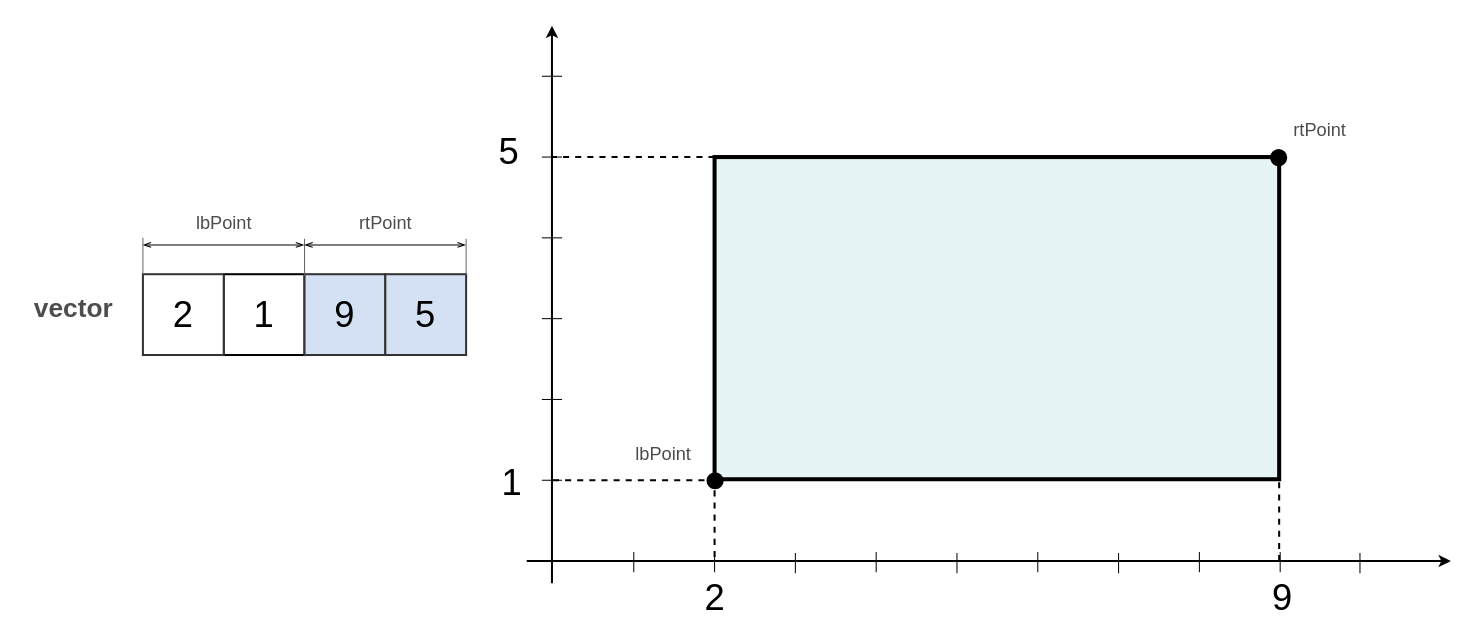
Earlier version of the draw.io diagram page "Box" (1 of 17) of doc/img/MathModels.drawio (Wandalen/wMathModels). Source tidied: cells renumbered, new cells numbered last; positions are measured from the earlier drawing's top-left corner, leaving out a move shared by most shapes. Both pictures are drawn from the tidied source at 101%, with x=0, y=0 at pixel (17, 25).
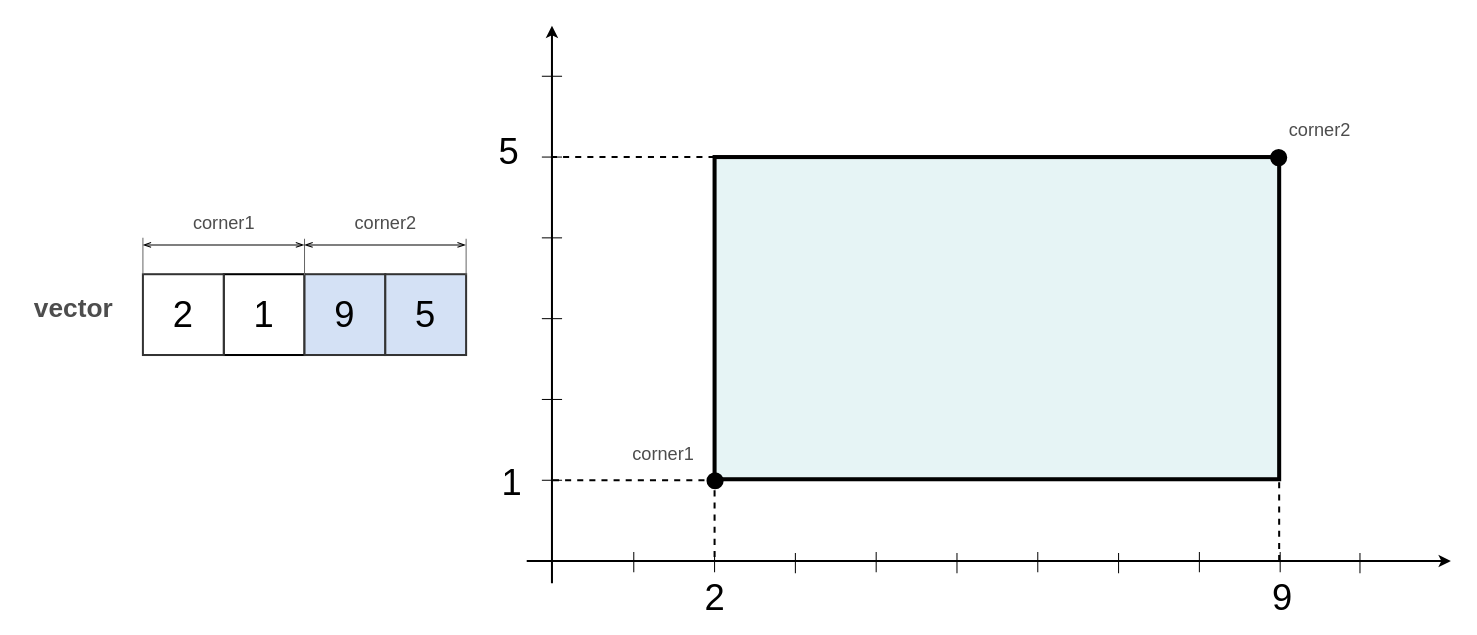
Above is the later version.

The edit, as a diff of the source:
```diff
@@
-    <mxCell id="8" value="lbPoint" style="text;html=1;align=center;verticalAlign=middle;fontSize=18;fontColor=#4D4D4D;" parent="1" vertex="1">
-      <mxGeometry x="164" y="181" width="80" height="30" as="geometry" />
+    <mxCell id="8" value="corner1" style="text;html=1;align=center;verticalAlign=middle;fontSize=18;fontColor=#4D4D4D;" parent="1" vertex="1">
+      <mxGeometry x="159" y="181" width="90" height="30" as="geometry" />
     </mxCell>
@@
-    <mxCell id="24" value="rtPoint" style="text;html=1;align=center;verticalAlign=middle;fontSize=18;fontColor=#4D4D4D;" parent="1" vertex="1">
-      <mxGeometry x="324" y="181" width="80" height="30" as="geometry" />
+    <mxCell id="24" value="corner2" style="text;html=1;align=center;verticalAlign=middle;fontSize=18;fontColor=#4D4D4D;" parent="1" vertex="1">
+      <mxGeometry x="319" y="181" width="90" height="30" as="geometry" />
     </mxCell>
@@
-    <mxCell id="27" value="lbPoint" style="text;html=1;align=center;verticalAlign=middle;fontSize=18;fontColor=#4D4D4D;" parent="1" vertex="1">
-      <mxGeometry x="604" y="409" width="70" height="30" as="geometry" />
+    <mxCell id="27" value="corner1" style="text;html=1;align=center;verticalAlign=middle;fontSize=18;fontColor=#4D4D4D;" parent="1" vertex="1">
+      <mxGeometry x="594" y="409" width="90" height="30" as="geometry" />
     </mxCell>
-    <mxCell id="28" value="rtPoint" style="text;html=1;align=center;verticalAlign=middle;fontSize=18;fontColor=#4D4D4D;" parent="1" vertex="1">
-      <mxGeometry x="1249" y="89" width="80" height="30" as="geometry" />
+    <mxCell id="28" value="corner2" style="text;html=1;align=center;verticalAlign=middle;fontSize=18;fontColor=#4D4D4D;" parent="1" vertex="1">
+      <mxGeometry x="1244" y="89" width="90" height="30" as="geometry" />
     </mxCell>
```
